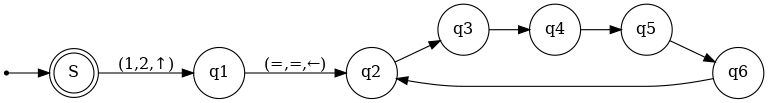
This is pictures/Turing.png from krook1024-uni-archive/textbook, a Graphviz export, as it was before one commit. Its source is kept beside it as pictures/turing.gv.
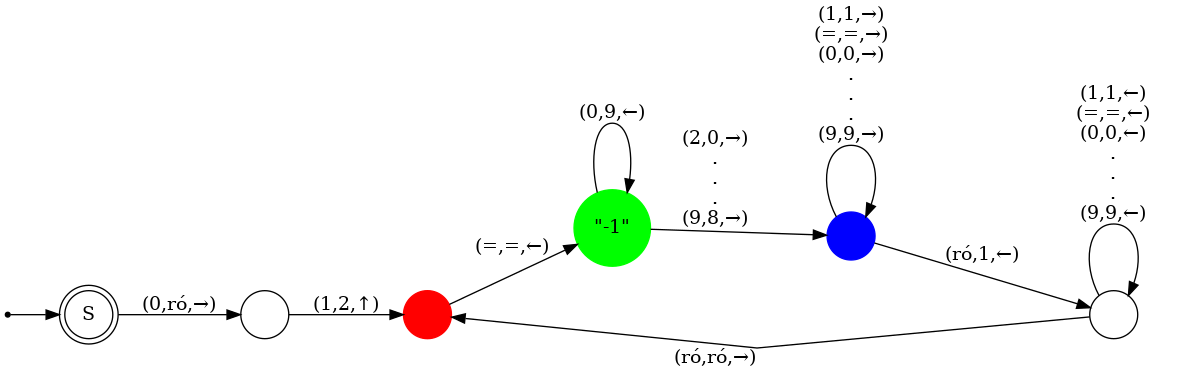
After the commit.

What changed in the source:
```diff
@@ -1,24 +1,30 @@
 digraph unary_to_binary {
     rankdir=LR;
-    size="8,5"
+    size="20";
+    splines=false;
+    nodesep=0.7;
+    ranksep=0.5;
 
     node [shape = doublecircle]; S;
-    node [shape = point ]; qi
+    node [shape = point label = ""]; qi
 
     node [shape = circle];
     qi -> S;
-    S  -> q1 [ label = "(1,2,↑)" ] ;
-	q1 -> q2 [ label = "(=,=,←)" ] ;
-	q2 -> q3;
-	q3 -> q4;
-	q4 -> q5;
-	q5 -> q6;
+    S  -> q1 [ label = "(0,ró,→)"];
+	q1 -> q2 [ label = "(1,2,↑)" ] ;
+	q2 -> q3 [ label = "(=,=,←)" ];
+	q3 -> q4 [ label = "(2,0,→)\n.\n.\n.\n(9,8,→)" ];
+	q4 -> q5 [ label = "(ró,1,←)" ];
+	q5 -> q2 [ label="(ró,ró,→)" ];
 
-	q6 -> q2;
+	q3->q3 [ label = "(0,9,←)" ];
+	q4->q4 [ label = "(1,1,→)\n(=,=,→)\n(0,0,→)\n.\n.\n.\n(9,9,→)" ];
+	q5->q5 [ label = "(1,1,←)\n(=,=,←)\n(0,0,←)\n.\n.\n.\n(9,9,←)"];
 
-	edge [ label="hey" ];
+	q2 [ style=filled color = red ];
+	q3 [ style=filled color = green label = "\"-1\""];
+	q4 [ style=filled color = blue ];
 
 }
 
 
-
```
